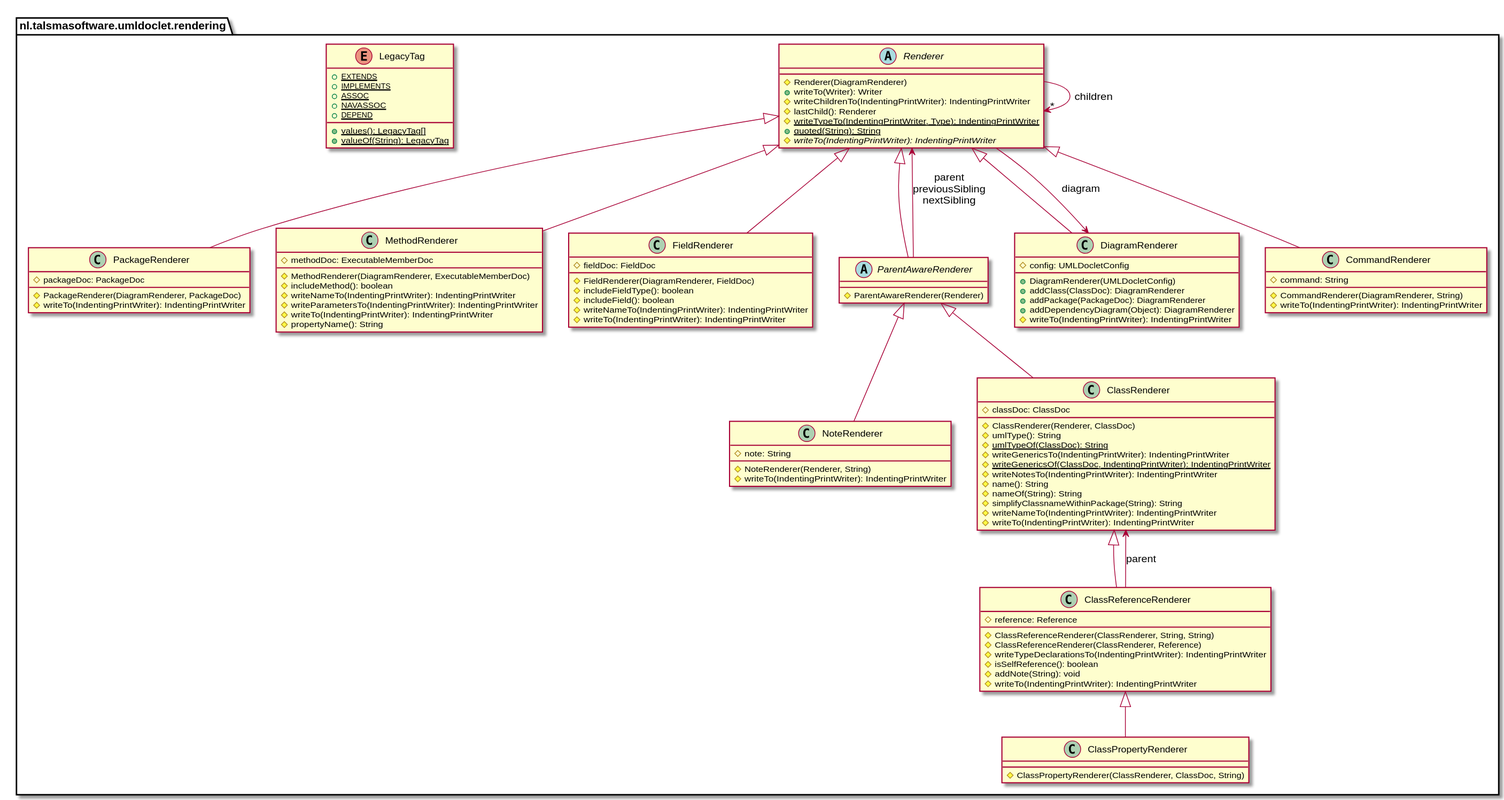
The PlantUML diagram example/rendering-package.svg in talsma-ict/umldoclet, before a commit. Its source is kept beside it as example/rendering-package.puml. Source of this version:
```plantuml
@startuml

    namespace nl.talsmasoftware.umldoclet.rendering {

        abstract class Renderer {
            #Renderer(DiagramRenderer)
            +writeTo(Writer): Writer
            #writeChildrenTo(IndentingPrintWriter): IndentingPrintWriter
            #lastChild(): Renderer
            {static} #writeTypeTo(IndentingPrintWriter, Type): IndentingPrintWriter
            {static} +quoted(String): String
            {abstract} #writeTo(IndentingPrintWriter): IndentingPrintWriter
        }

        abstract class ParentAwareRenderer {
            #ParentAwareRenderer(Renderer)
        }

        class PackageRenderer {
            #packageDoc: PackageDoc
            #PackageRenderer(DiagramRenderer, PackageDoc)
            #writeTo(IndentingPrintWriter): IndentingPrintWriter
        }

        class NoteRenderer {
            #note: String
            #NoteRenderer(Renderer, String)
            #writeTo(IndentingPrintWriter): IndentingPrintWriter
        }

        class MethodRenderer {
            #methodDoc: ExecutableMemberDoc
            #MethodRenderer(DiagramRenderer, ExecutableMemberDoc)
            #includeMethod(): boolean
            #writeNameTo(IndentingPrintWriter): IndentingPrintWriter
            #writeParametersTo(IndentingPrintWriter): IndentingPrintWriter
            #writeTo(IndentingPrintWriter): IndentingPrintWriter
            #propertyName(): String
        }

        enum LegacyTag {
            {static} +EXTENDS
            {static} +IMPLEMENTS
            {static} +ASSOC
            {static} +NAVASSOC
            {static} +DEPEND
            {static} +values(): LegacyTag[]
            {static} +valueOf(String): LegacyTag
        }

        class FieldRenderer {
            #fieldDoc: FieldDoc
            #FieldRenderer(DiagramRenderer, FieldDoc)
            #includeFieldType(): boolean
            #includeField(): boolean
            #writeNameTo(IndentingPrintWriter): IndentingPrintWriter
            #writeTo(IndentingPrintWriter): IndentingPrintWriter
        }

        class DiagramRenderer {
            #config: UMLDocletConfig
            +DiagramRenderer(UMLDocletConfig)
            +addClass(ClassDoc): DiagramRenderer
            +addPackage(PackageDoc): DiagramRenderer
            +addDependencyDiagram(Object): DiagramRenderer
            #writeTo(IndentingPrintWriter): IndentingPrintWriter
        }

        class CommandRenderer {
            #command: String
            #CommandRenderer(DiagramRenderer, String)
            #writeTo(IndentingPrintWriter): IndentingPrintWriter
        }

        class ClassRenderer {
            #classDoc: ClassDoc
            #ClassRenderer(Renderer, ClassDoc)
            #umlType(): String
            {static} #umlTypeOf(ClassDoc): String
            #writeGenericsTo(IndentingPrintWriter): IndentingPrintWriter
            {static} #writeGenericsOf(ClassDoc, IndentingPrintWriter): IndentingPrintWriter
            #writeNotesTo(IndentingPrintWriter): IndentingPrintWriter
            #name(): String
            #nameOf(String): String
            #simplifyClassnameWithinPackage(String): String
            #writeNameTo(IndentingPrintWriter): IndentingPrintWriter
            #writeTo(IndentingPrintWriter): IndentingPrintWriter
        }

        class ClassReferenceRenderer {
            #reference: Reference
            #ClassReferenceRenderer(ClassRenderer, String, String)
            #ClassReferenceRenderer(ClassRenderer, Reference)
            #writeTypeDeclarationsTo(IndentingPrintWriter): IndentingPrintWriter
            #isSelfReference(): boolean
            #addNote(String): void
            #writeTo(IndentingPrintWriter): IndentingPrintWriter
        }

        class ClassPropertyRenderer {
            #ClassPropertyRenderer(ClassRenderer, ClassDoc, String)
        }

        Renderer <|-- ParentAwareRenderer

        Renderer <|-- PackageRenderer

        ParentAwareRenderer <|-- NoteRenderer

        Renderer <|-- MethodRenderer

        Renderer <|-- FieldRenderer

        Renderer <|-- DiagramRenderer

        Renderer <|-- CommandRenderer

        ParentAwareRenderer <|-- ClassRenderer

        ClassRenderer <|-- ClassReferenceRenderer

        ClassReferenceRenderer <|-- ClassPropertyRenderer

        Renderer --> DiagramRenderer: diagram

        Renderer --> "*" Renderer: children

        ParentAwareRenderer --> Renderer: parent\npreviousSibling\nnextSibling

        ClassReferenceRenderer --> ClassRenderer: parent

    }

@enduml
```
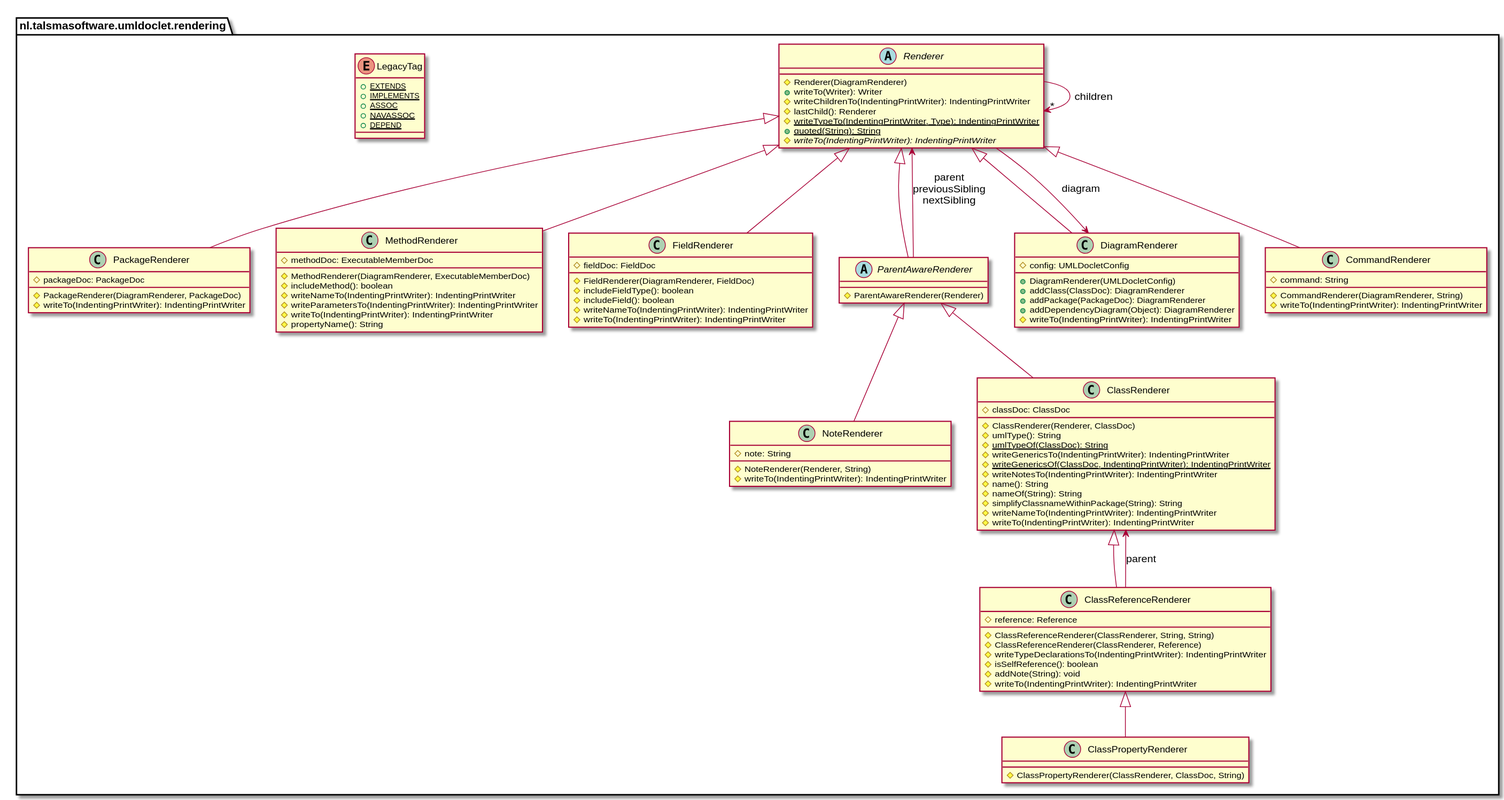
The same diagram one commit later.

Commit message:
By default no longer render implicit static enum methods (i.e. values() and valueOf(String)).

Diff of the diagram source:
```diff
@@ -44,8 +44,6 @@
             {static} +ASSOC
             {static} +NAVASSOC
             {static} +DEPEND
-            {static} +values(): LegacyTag[]
-            {static} +valueOf(String): LegacyTag
         }
 
         class FieldRenderer {
```
